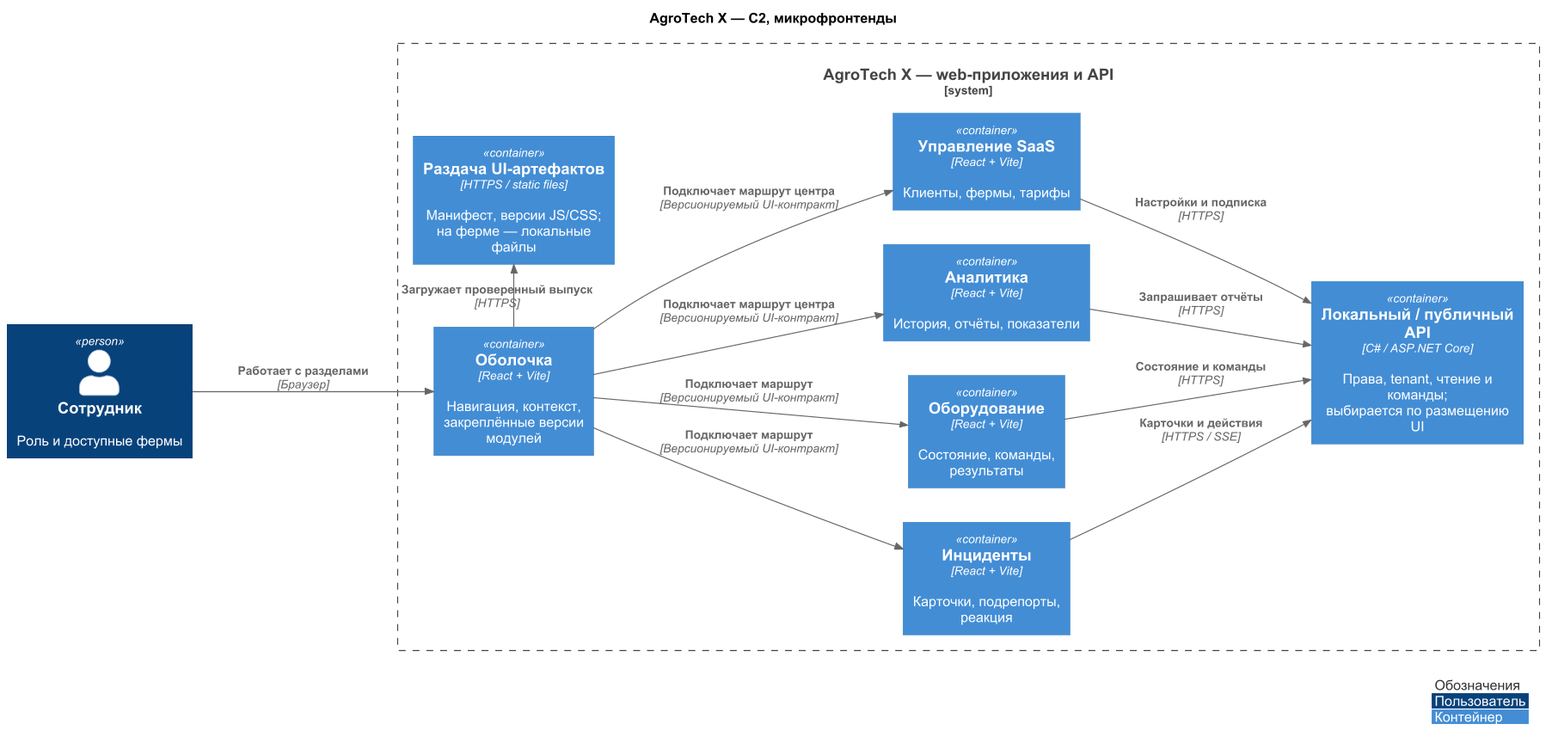
rozhkovsvyat/MSA-AgroTech keeps this PlantUML diagram as Task2/diagrams/c2-microfrontends.png. Above is the earlier version. Its diagram source:
```plantuml
@startuml
!define RELATIVE_INCLUDE true
!include ../../diagrams/vendor/c4-plantuml/C4_Container.puml
LAYOUT_LANDSCAPE()
skinparam defaultFontName Arial
skinparam dpi 110
skinparam nodesep 35
skinparam ranksep 90
show stereotype
title AgroTech X — C2, микрофронтенды
Person(user, "Сотрудник", "Роль и доступные фермы")
System_Boundary(product, "AgroTech X — web-приложения и API") {
 Container(shell, "Оболочка", "React + Vite", "Навигация, контекст,\nзакреплённые версии модулей")
 Container(inc, "Инциденты", "React + Vite", "Карточки, подрепорты, реакция")
 Container(eq, "Оборудование", "React + Vite", "Состояние, команды, результаты")
 Container(analytics, "Аналитика", "React + Vite", "История, отчёты, показатели")
 Container(saas, "Управление SaaS", "React + Vite", "Клиенты, фермы, тарифы")
 Container(api, "Локальный / публичный API", "C# / ASP.NET Core", "Права, tenant, чтение и команды;\nвыбирается по размещению UI")
 Container(assets, "Раздача UI-артефактов", "HTTPS / static files", "Манифест, версии JS/CSS;\nна ферме — локальные файлы")
}
Rel_R(user, shell, "Работает с разделами", "Браузер")
Rel_D(shell, assets, "Загружает проверенный выпуск", "HTTPS")
Rel_R(shell, inc, "Подключает маршрут", "Версионируемый UI-контракт")
Rel_R(shell, eq, "Подключает маршрут", "Версионируемый UI-контракт")
Rel_R(shell, analytics, "Подключает маршрут центра", "Версионируемый UI-контракт")
Rel_R(shell, saas, "Подключает маршрут центра", "Версионируемый UI-контракт")
Rel_R(inc, api, "Карточки и действия", "HTTPS / SSE")
Rel_R(eq, api, "Состояние и команды", "HTTPS")
Rel_R(analytics, api, "Запрашивает отчёты", "HTTPS")
Rel_R(saas, api, "Настройки и подписка", "HTTPS")
Lay_D(inc, eq)
Lay_D(eq, analytics)
Lay_D(analytics, saas)
legend right
|<#FFFFFF><color:#333333> Обозначения |
|<#08427B><color:white> Пользователь |
|<#438DD5><color:white> Контейнер |
endlegend
@enduml
```
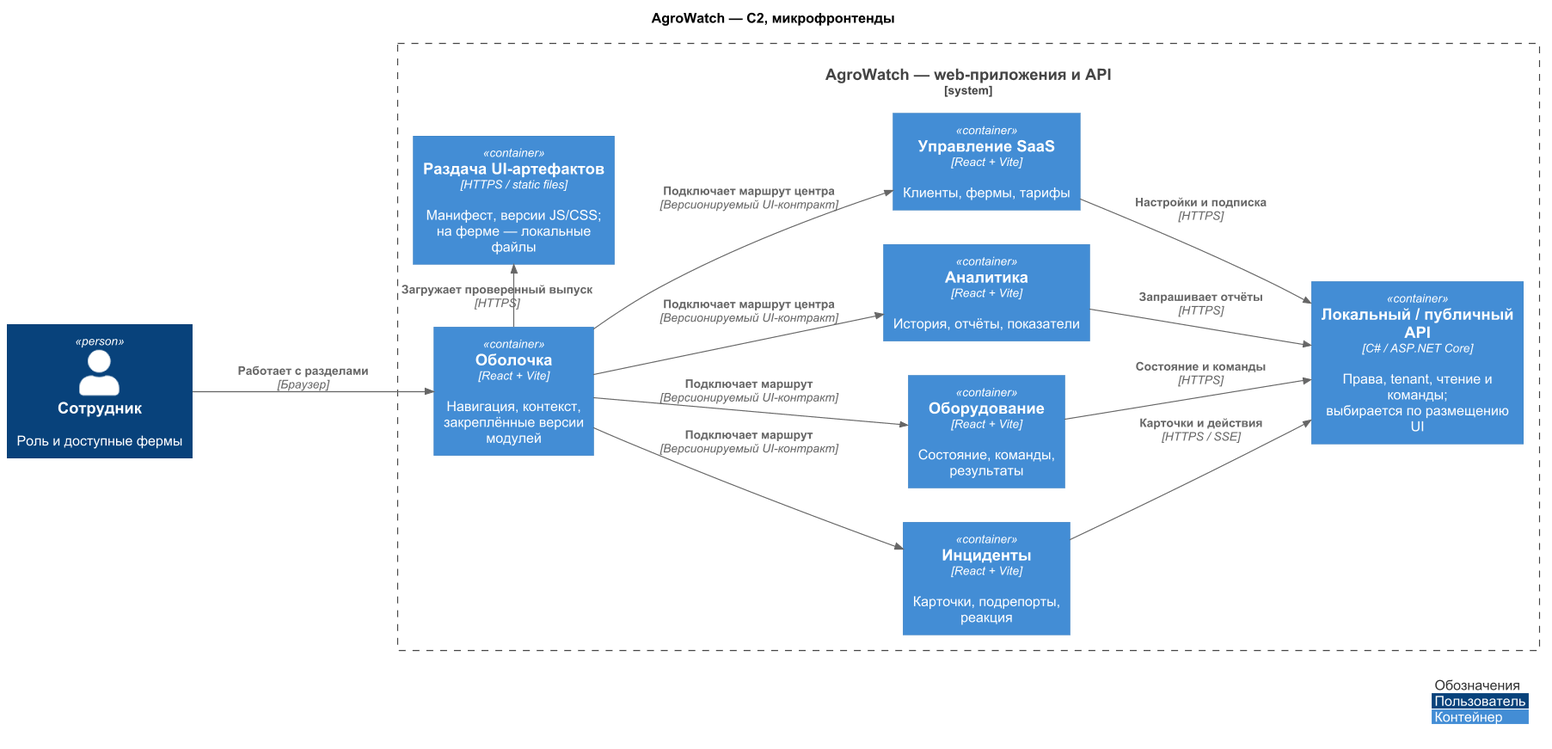
After the change.

Diff of the diagram source:
```diff
@@ -7,9 +7,9 @@
 skinparam nodesep 35
 skinparam ranksep 90
 show stereotype
-title AgroTech X — C2, микрофронтенды
+title AgroWatch — C2, микрофронтенды
 Person(user, "Сотрудник", "Роль и доступные фермы")
-System_Boundary(product, "AgroTech X — web-приложения и API") {
+System_Boundary(product, "AgroWatch — web-приложения и API") {
  Container(shell, "Оболочка", "React + Vite", "Навигация, контекст,\nзакреплённые версии модулей")
  Container(inc, "Инциденты", "React + Vite", "Карточки, подрепорты, реакция")
  Container(eq, "Оборудование", "React + Vite", "Состояние, команды, результаты")
```
